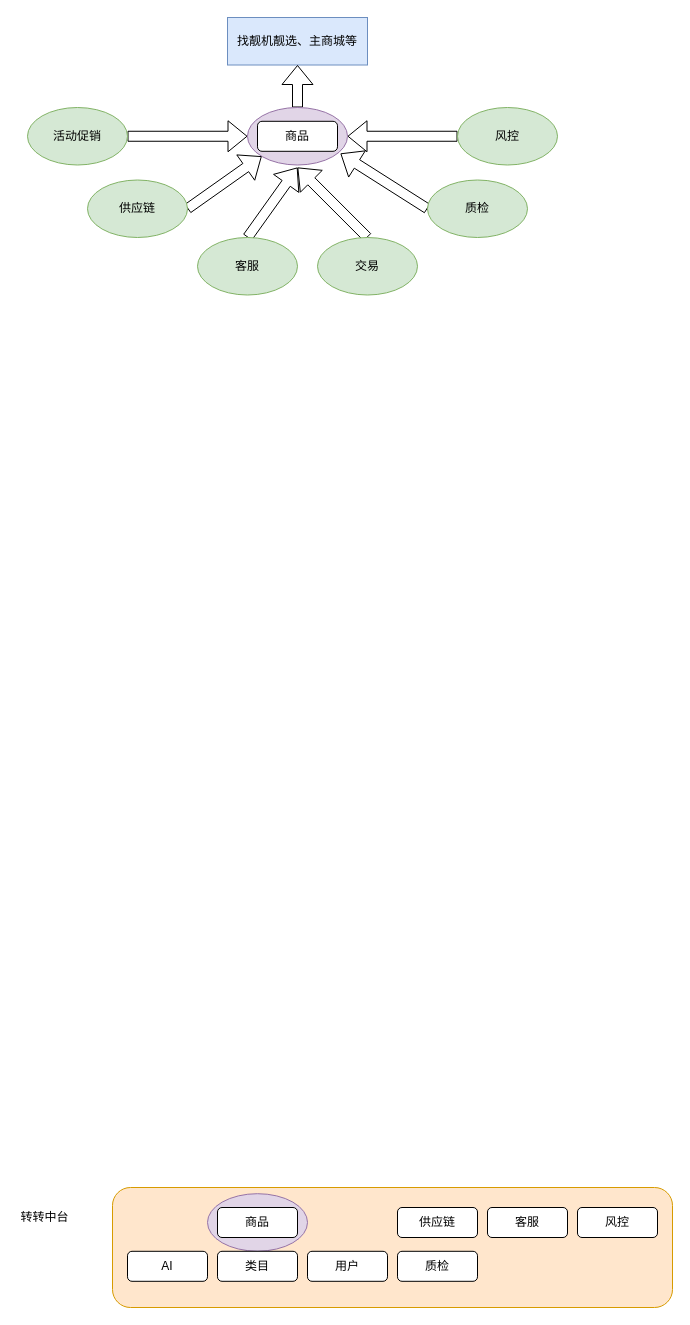
Earlier version of the draw.io diagram 转转述职/标品库/转转商品和找靓机融合图.drawio (yz19930826/pics). Source tidied: cells renumbered, new cells numbered last; positions are measured from the earlier drawing's top-left corner, leaving out a move shared by most shapes. Both pictures are drawn from the tidied source at 100%, with x=0, y=0 at pixel (17, 17).
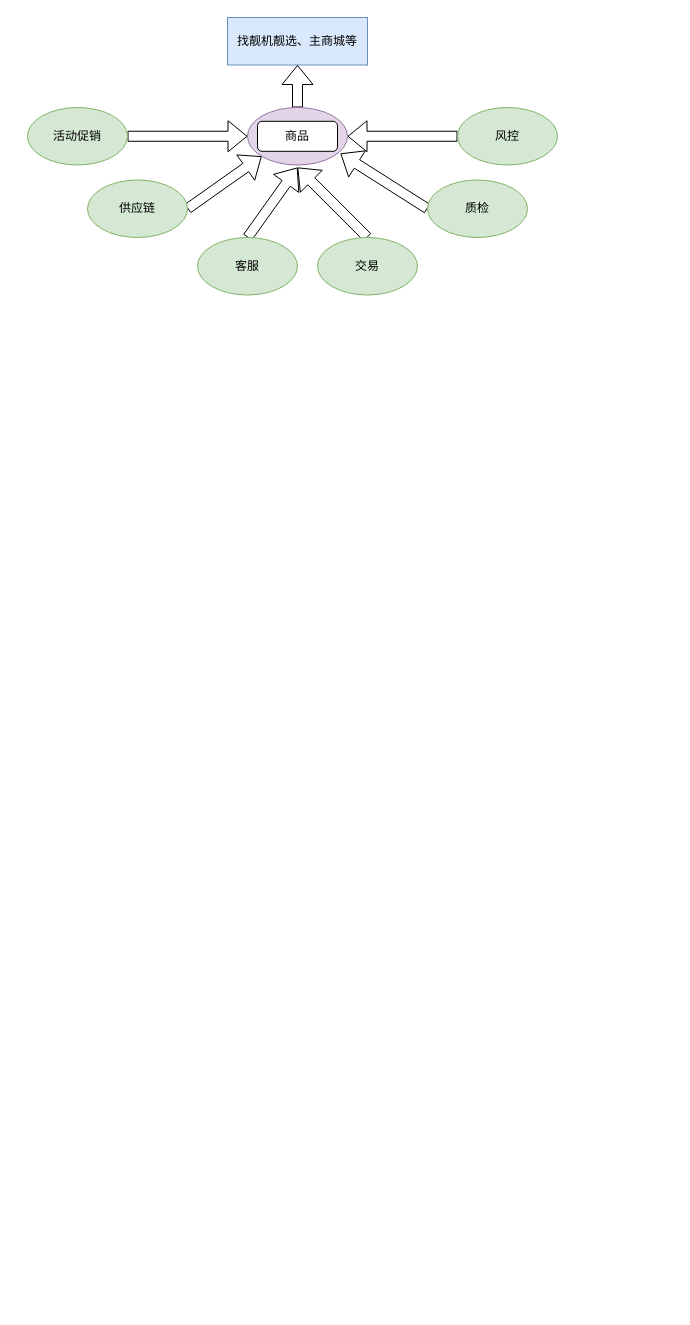
After the change.

Commit message:
Update 转转商品和找靓机融合图.drawio

What changed in the source:
```diff
@@
-    <mxCell id="8" style="rounded=1;whiteSpace=wrap;html=1;glass=0;shadow=0;fillColor=#ffe6cc;strokeColor=#d79b00;" parent="1" vertex="1">
-      <mxGeometry x="95" y="1170" width="560" height="120" as="geometry" />
-    </mxCell>
-    <mxCell id="9" value="转转中台" style="text;html=1;strokeColor=none;fillColor=none;align=center;verticalAlign=middle;whiteSpace=wrap;rounded=0;shadow=0;glass=0;" parent="1" vertex="1">
-      <mxGeometry y="1190" width="55" height="20" as="geometry" />
-    </mxCell>
-    <mxCell id="10" value="供应链" style="rounded=1;whiteSpace=wrap;html=1;shadow=0;glass=0;" parent="1" vertex="1">
-      <mxGeometry x="380" y="1190" width="80" height="30" as="geometry" />
-    </mxCell>
-    <mxCell id="11" value="客服" style="rounded=1;whiteSpace=wrap;html=1;shadow=0;glass=0;" parent="1" vertex="1">
-      <mxGeometry x="470" y="1190" width="80" height="30" as="geometry" />
-    </mxCell>
-    <mxCell id="12" value="风控" style="rounded=1;whiteSpace=wrap;html=1;shadow=0;glass=0;" parent="1" vertex="1">
-      <mxGeometry x="560" y="1190" width="80" height="30" as="geometry" />
-    </mxCell>
-    <mxCell id="13" style="ellipse;whiteSpace=wrap;html=1;rounded=1;shadow=0;glass=0;fillColor=#e1d5e7;strokeColor=#9673a6;" parent="1" vertex="1">
-      <mxGeometry x="190" y="1176.2" width="100" height="57.5" as="geometry" />
-    </mxCell>
-    <mxCell id="14" value="商品" style="rounded=1;whiteSpace=wrap;html=1;shadow=0;glass=0;" parent="1" vertex="1">
-      <mxGeometry x="200" y="1190" width="80" height="30" as="geometry" />
-    </mxCell>
-    <mxCell id="15" value="AI" style="rounded=1;whiteSpace=wrap;html=1;shadow=0;glass=0;" parent="1" vertex="1">
-      <mxGeometry x="110" y="1233.8" width="80" height="30" as="geometry" />
-    </mxCell>
-    <mxCell id="16" value="类目" style="rounded=1;whiteSpace=wrap;html=1;shadow=0;glass=0;" parent="1" vertex="1">
-      <mxGeometry x="200" y="1233.8" width="80" height="30" as="geometry" />
-    </mxCell>
-    <mxCell id="17" value="用户" style="rounded=1;whiteSpace=wrap;html=1;shadow=0;glass=0;" parent="1" vertex="1">
-      <mxGeometry x="290" y="1233.8" width="80" height="30" as="geometry" />
-    </mxCell>
-    <mxCell id="18" value="质检" style="rounded=1;whiteSpace=wrap;html=1;shadow=0;glass=0;" parent="1" vertex="1">
-      <mxGeometry x="380" y="1233.8" width="80" height="30" as="geometry" />
-    </mxCell>
```
